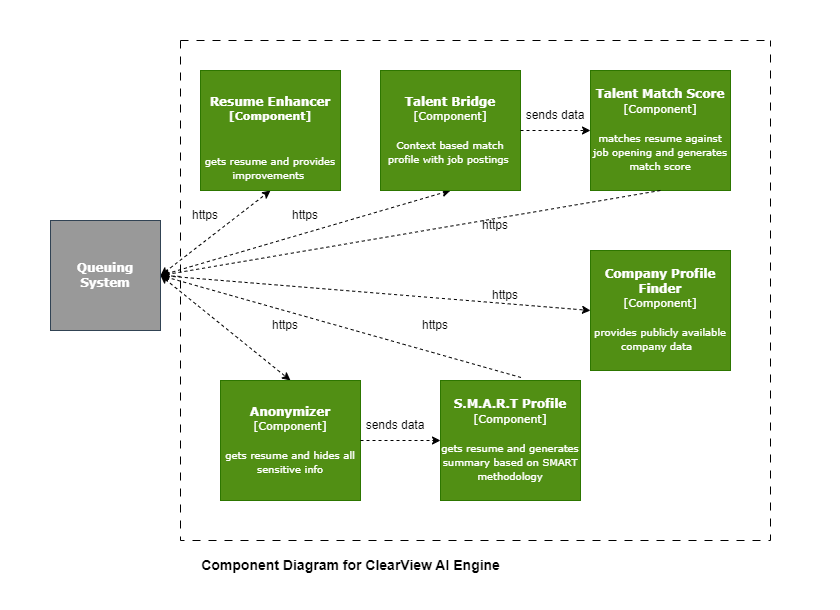
Earlier version of the draw.io export architecture/images/ClearView AI Engine-C3_Diagram.png (SK11GS/Builders-Glitch). Source tidied: cells renumbered, new cells last; positions are measured from the earlier drawing's top-left corner, leaving out a move shared by most shapes.
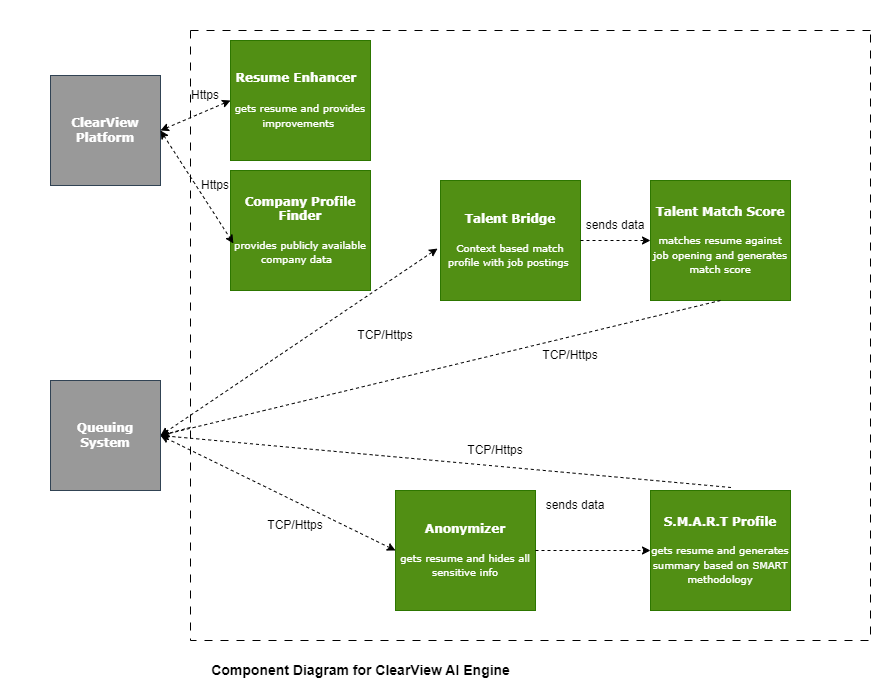
After the change.

What changed in the source:
```diff
@@ -2,20 +2,17 @@
   <root>
     <mxCell id="0" />
     <mxCell id="1" parent="0" />
-    <mxCell id="2" style="endArrow=classic;startArrow=classic;html=1;rounded=0;dashed=1;entryX=0.5;entryY=1;entryDx=0;entryDy=0;exitX=1;exitY=0.5;exitDx=0;exitDy=0;" parent="1" edge="1" source="6" target="18">
+    <mxCell id="2" style="endArrow=classic;startArrow=classic;html=1;rounded=0;dashed=1;entryX=0;entryY=0.5;entryDx=0;entryDy=0;exitX=1;exitY=0.5;exitDx=0;exitDy=0;" parent="1" edge="1" source="40" target="18">
       <mxGeometry relative="1" as="geometry" />
     </mxCell>
-    <mxCell id="3" style="endArrow=classic;startArrow=classic;html=1;rounded=0;entryX=0;entryY=0.5;entryDx=0;entryDy=0;exitX=1;exitY=0.5;exitDx=0;exitDy=0;dashed=1;" parent="1" edge="1" source="6" target="22">
-      <mxGeometry relative="1" as="geometry" />
-    </mxCell>
-    <mxCell id="4" style="endArrow=classic;startArrow=classic;html=1;rounded=0;entryX=0.5;entryY=0;entryDx=0;entryDy=0;exitX=1;exitY=0.5;exitDx=0;exitDy=0;dashed=1;" parent="1" edge="1" source="6" target="24">
+    <mxCell id="4" style="endArrow=classic;startArrow=classic;html=1;rounded=0;entryX=0;entryY=0.5;entryDx=0;entryDy=0;exitX=1;exitY=0.5;exitDx=0;exitDy=0;dashed=1;" parent="1" edge="1" source="6" target="24">
       <mxGeometry relative="1" as="geometry" />
     </mxCell>
-    <mxCell id="5" style="endArrow=classic;startArrow=classic;html=1;rounded=0;exitX=1;exitY=0.5;exitDx=0;exitDy=0;dashed=1;entryX=0.5;entryY=1;entryDx=0;entryDy=0;" parent="1" edge="1" source="6" target="19">
+    <mxCell id="5" style="endArrow=classic;startArrow=classic;html=1;rounded=0;exitX=1;exitY=0.5;exitDx=0;exitDy=0;dashed=1;entryX=-0.021;entryY=0.567;entryDx=0;entryDy=0;entryPerimeter=0;" parent="1" edge="1" source="6" target="19">
       <mxGeometry relative="1" as="geometry" />
     </mxCell>
     <mxCell id="6" value="&lt;b&gt;Queuing System&lt;/b&gt;" style="whiteSpace=wrap;html=1;fillColor=#999999;fontColor=#ffffff;strokeColor=#314354;fontFamily=Verdana;" parent="1" vertex="1">
-      <mxGeometry x="50" y="220" width="110" height="110" as="geometry" />
+      <mxGeometry x="40" y="380" width="110" height="110" as="geometry" />
     </mxCell>
     <mxCell id="7" style="endArrow=classic;html=1;rounded=0;dashed=1;entryX=1;entryY=0.5;entryDx=0;entryDy=0;" parent="1" edge="1" source="9" target="6">
       <mxGeometry relative="1" as="geometry" />
@@ -24,56 +21,59 @@
       <mxGeometry relative="1" as="geometry" />
     </mxCell>
     <mxCell id="9" style="swimlane;startSize=0;dashed=1;dashPattern=8 8;" parent="1" vertex="1">
-      <mxGeometry x="180" y="40" width="590" height="500" as="geometry" />
+      <mxGeometry x="180" y="30" width="680" height="610" as="geometry" />
     </mxCell>
     <mxCell id="10" value="sends data" style="text;html=1;align=center;verticalAlign=middle;whiteSpace=wrap;rounded=0;" parent="9" vertex="1">
-      <mxGeometry x="340" y="60" width="70" height="30" as="geometry" />
+      <mxGeometry x="390" y="180" width="70" height="30" as="geometry" />
     </mxCell>
-    <mxCell id="11" value="https" style="text;html=1;align=center;verticalAlign=middle;whiteSpace=wrap;rounded=0;" parent="9" vertex="1">
-      <mxGeometry x="-10" y="160" width="70" height="30" as="geometry" />
-    </mxCell>
-    <mxCell id="12" value="https" style="text;html=1;align=center;verticalAlign=middle;whiteSpace=wrap;rounded=0;" parent="9" vertex="1">
-      <mxGeometry x="90" y="160" width="70" height="30" as="geometry" />
-    </mxCell>
-    <mxCell id="13" value="https" style="text;html=1;align=center;verticalAlign=middle;whiteSpace=wrap;rounded=0;" parent="9" vertex="1">
-      <mxGeometry x="290" y="240" width="70" height="30" as="geometry" />
-    </mxCell>
-    <mxCell id="14" value="https" style="text;html=1;align=center;verticalAlign=middle;whiteSpace=wrap;rounded=0;" parent="9" vertex="1">
-      <mxGeometry x="280" y="170" width="70" height="30" as="geometry" />
-    </mxCell>
-    <mxCell id="15" value="https" style="text;html=1;align=center;verticalAlign=middle;whiteSpace=wrap;rounded=0;" parent="9" vertex="1">
-      <mxGeometry x="220" y="270" width="70" height="30" as="geometry" />
-    </mxCell>
-    <mxCell id="16" value="https" style="text;html=1;align=center;verticalAlign=middle;whiteSpace=wrap;rounded=0;" parent="9" vertex="1">
-      <mxGeometry x="70" y="270" width="70" height="30" as="geometry" />
-    </mxCell>
     <mxCell id="17" value="sends data" style="text;html=1;align=center;verticalAlign=middle;whiteSpace=wrap;rounded=0;" parent="9" vertex="1">
-      <mxGeometry x="180" y="370" width="70" height="30" as="geometry" />
+      <mxGeometry x="350" y="460" width="70" height="30" as="geometry" />
     </mxCell>
-    <mxCell id="18" value="&lt;h4&gt;&lt;b&gt;&lt;font face=&quot;Verdana&quot;&gt;Resume Enhancer&lt;/font&gt;&lt;br&gt;&lt;/b&gt;&lt;font face=&quot;Verdana&quot; style=&quot;font-size: 11px;&quot;&gt;[Component]&lt;/font&gt;&lt;/h4&gt;&lt;div&gt;&lt;font style=&quot;font-size: 11px;&quot;&gt;&lt;br&gt;&lt;/font&gt;&lt;/div&gt;&lt;div&gt;&lt;font face=&quot;Verdana&quot; style=&quot;font-size: 10px;&quot;&gt;gets resume and provides improvements&amp;nbsp;&lt;/font&gt;&lt;/div&gt;" style="rounded=0;whiteSpace=wrap;html=1;fillColor=#518F14;fontColor=#ffffff;strokeColor=#2D7600;" parent="9" vertex="1">
-      <mxGeometry x="20" y="30" width="140" height="120" as="geometry" />
+    <mxCell id="18" value="&lt;h4&gt;&lt;b&gt;&lt;font face=&quot;Verdana&quot;&gt;Resume Enhancer&amp;nbsp;&amp;nbsp;&lt;/font&gt;&lt;/b&gt;&lt;/h4&gt;&lt;h4&gt;&lt;span style=&quot;background-color: initial; font-size: 10px; font-weight: normal;&quot;&gt;gets resume and provides improvements&amp;nbsp;&lt;/span&gt;&lt;b&gt;&lt;br&gt;&lt;/b&gt;&lt;/h4&gt;" style="rounded=0;whiteSpace=wrap;html=1;fillColor=#518F14;fontColor=#ffffff;strokeColor=#2D7600;align=center;verticalAlign=middle;fontFamily=Verdana;fontSize=12;" parent="9" vertex="1">
+      <mxGeometry x="40" y="10" width="140" height="120" as="geometry" />
     </mxCell>
-    <mxCell id="19" value="&lt;b&gt;&lt;font&gt;Talent Bridge&lt;/font&gt;&lt;/b&gt;&lt;div&gt;&lt;span style=&quot;font-size: 11px;&quot;&gt;[Component]&lt;/span&gt;&lt;b&gt;&lt;br&gt;&lt;/b&gt;&lt;/div&gt;&lt;div&gt;&lt;span style=&quot;font-size: 11px;&quot;&gt;&lt;br&gt;&lt;/span&gt;&lt;/div&gt;&lt;div&gt;&lt;font style=&quot;font-size: 10px;&quot;&gt;Context based match profile with job postings&amp;nbsp;&lt;/font&gt;&lt;/div&gt;" style="rounded=0;whiteSpace=wrap;html=1;strokeColor=#2D7600;align=center;verticalAlign=middle;fontFamily=Verdana;fontSize=12;fontColor=#ffffff;fillColor=#518F14;" parent="9" vertex="1">
-      <mxGeometry x="200" y="30" width="140" height="120" as="geometry" />
+    <mxCell id="19" value="&lt;b&gt;&lt;font&gt;Talent Bridge&lt;/font&gt;&lt;/b&gt;&lt;div&gt;&lt;br&gt;&lt;/div&gt;&lt;div&gt;&lt;font style=&quot;font-size: 10px;&quot;&gt;Context based match profile with job postings&amp;nbsp;&lt;/font&gt;&lt;/div&gt;" style="rounded=0;whiteSpace=wrap;html=1;strokeColor=#2D7600;align=center;verticalAlign=middle;fontFamily=Verdana;fontSize=12;fontColor=#ffffff;fillColor=#518F14;" parent="9" vertex="1">
+      <mxGeometry x="250" y="150" width="140" height="120" as="geometry" />
     </mxCell>
-    <mxCell id="20" value="&lt;b&gt;Talent Match Score&lt;/b&gt;&lt;div&gt;&lt;span style=&quot;font-size: 11px;&quot;&gt;[Component]&lt;/span&gt;&lt;b&gt;&lt;br&gt;&lt;/b&gt;&lt;/div&gt;&lt;div&gt;&lt;span style=&quot;font-size: 11px;&quot;&gt;&lt;br&gt;&lt;/span&gt;&lt;/div&gt;&lt;div&gt;&lt;font style=&quot;font-size: 10px;&quot;&gt;matches resume against job opening and generates match score&lt;/font&gt;&lt;/div&gt;" style="rounded=0;whiteSpace=wrap;html=1;strokeColor=#2D7600;align=center;verticalAlign=middle;fontFamily=Verdana;fontSize=12;fontColor=#ffffff;fillColor=#518F14;" parent="9" vertex="1">
-      <mxGeometry x="410" y="30" width="140" height="120" as="geometry" />
+    <mxCell id="20" value="&lt;b&gt;Talent Match Score&lt;/b&gt;&lt;div&gt;&lt;b&gt;&lt;br&gt;&lt;/b&gt;&lt;/div&gt;&lt;div&gt;&lt;span style=&quot;font-size: 10px; background-color: initial;&quot;&gt;matches resume against job opening and generates match score&lt;/span&gt;&lt;br&gt;&lt;/div&gt;" style="rounded=0;whiteSpace=wrap;html=1;strokeColor=#2D7600;align=center;verticalAlign=middle;fontFamily=Verdana;fontSize=12;fontColor=#ffffff;fillColor=#518F14;" parent="9" vertex="1">
+      <mxGeometry x="460" y="150" width="140" height="120" as="geometry" />
     </mxCell>
     <mxCell id="21" style="endArrow=classic;html=1;rounded=0;entryX=0;entryY=0.5;entryDx=0;entryDy=0;exitX=1;exitY=0.5;exitDx=0;exitDy=0;dashed=1;" parent="9" edge="1" source="19" target="20">
       <mxGeometry relative="1" as="geometry" />
     </mxCell>
-    <mxCell id="22" value="&lt;b&gt;Company Profile Finder&lt;/b&gt;&lt;div&gt;&lt;span style=&quot;font-size: 11px;&quot;&gt;[Component]&lt;/span&gt;&lt;b&gt;&lt;br&gt;&lt;/b&gt;&lt;/div&gt;&lt;div&gt;&lt;span style=&quot;font-size: 11px;&quot;&gt;&lt;br&gt;&lt;/span&gt;&lt;/div&gt;&lt;div&gt;&lt;font style=&quot;font-size: 10px;&quot;&gt;provides publicly available company data&amp;nbsp;&amp;nbsp;&lt;/font&gt;&lt;/div&gt;" style="rounded=0;whiteSpace=wrap;html=1;strokeColor=#2D7600;align=center;verticalAlign=middle;fontFamily=Verdana;fontSize=12;fontColor=#ffffff;fillColor=#518F14;" parent="9" vertex="1">
-      <mxGeometry x="410" y="210" width="140" height="120" as="geometry" />
-    </mxCell>
-    <mxCell id="23" value="&lt;b&gt;S.M.A.R.T Profile&lt;/b&gt;&lt;div&gt;&lt;span style=&quot;font-size: 11px;&quot;&gt;[Component]&lt;/span&gt;&lt;b&gt;&lt;br&gt;&lt;/b&gt;&lt;/div&gt;&lt;div&gt;&lt;span style=&quot;font-size: 11px;&quot;&gt;&lt;br&gt;&lt;/span&gt;&lt;/div&gt;&lt;div&gt;&lt;span style=&quot;font-size: 10px;&quot;&gt;gets resume and generates summary based on SMART methodology&lt;/span&gt;&lt;b&gt;&lt;br&gt;&lt;/b&gt;&lt;/div&gt;" style="rounded=0;whiteSpace=wrap;html=1;strokeColor=#2D7600;align=center;verticalAlign=middle;fontFamily=Verdana;fontSize=12;fontColor=#ffffff;fillColor=#518F14;" parent="9" vertex="1">
-      <mxGeometry x="260" y="340" width="140" height="120" as="geometry" />
+    <mxCell id="23" value="&lt;b&gt;S.M.A.R.T Profile&lt;/b&gt;&lt;div&gt;&lt;b&gt;&lt;br&gt;&lt;/b&gt;&lt;/div&gt;&lt;div&gt;&lt;span style=&quot;font-size: 10px; background-color: initial;&quot;&gt;gets resume and generates summary based on SMART methodology&lt;/span&gt;&lt;br&gt;&lt;/div&gt;" style="rounded=0;whiteSpace=wrap;html=1;strokeColor=#2D7600;align=center;verticalAlign=middle;fontFamily=Verdana;fontSize=12;fontColor=#ffffff;fillColor=#518F14;" parent="9" vertex="1">
+      <mxGeometry x="460" y="460" width="140" height="120" as="geometry" />
     </mxCell>
-    <mxCell id="24" value="&lt;b&gt;Anonymizer&lt;/b&gt;&lt;div&gt;&lt;span style=&quot;font-size: 11px;&quot;&gt;[Component]&lt;/span&gt;&lt;b&gt;&lt;br&gt;&lt;/b&gt;&lt;/div&gt;&lt;div&gt;&lt;span style=&quot;font-size: 11px;&quot;&gt;&lt;br&gt;&lt;/span&gt;&lt;/div&gt;&lt;div&gt;&lt;font style=&quot;font-size: 10px;&quot;&gt;gets resume and hides all sensitive info&lt;/font&gt;&lt;/div&gt;" style="rounded=0;whiteSpace=wrap;html=1;strokeColor=#2D7600;align=center;verticalAlign=middle;fontFamily=Verdana;fontSize=12;fontColor=#ffffff;fillColor=#518F14;" parent="9" vertex="1">
-      <mxGeometry x="40" y="340" width="140" height="120" as="geometry" />
+    <mxCell id="24" value="&lt;b&gt;Anonymizer&lt;/b&gt;&lt;div&gt;&lt;b&gt;&lt;br&gt;&lt;/b&gt;&lt;/div&gt;&lt;div&gt;&lt;span style=&quot;font-size: 10px; background-color: initial;&quot;&gt;gets resume and hides all sensitive info&lt;/span&gt;&lt;br&gt;&lt;/div&gt;" style="rounded=0;whiteSpace=wrap;html=1;strokeColor=#2D7600;align=center;verticalAlign=middle;fontFamily=Verdana;fontSize=12;fontColor=#ffffff;fillColor=#518F14;" parent="9" vertex="1">
+      <mxGeometry x="205" y="460" width="140" height="120" as="geometry" />
     </mxCell>
     <mxCell id="25" style="endArrow=classic;html=1;rounded=0;entryX=0;entryY=0.5;entryDx=0;entryDy=0;exitX=1;exitY=0.5;exitDx=0;exitDy=0;dashed=1;" parent="9" edge="1" source="24" target="23">
       <mxGeometry relative="1" as="geometry" />
     </mxCell>
+    <mxCell id="34" value="TCP/Https" style="text;html=1;align=center;verticalAlign=middle;whiteSpace=wrap;rounded=0;" parent="9" vertex="1">
+      <mxGeometry x="345" y="310" width="70" height="30" as="geometry" />
+    </mxCell>
+    <mxCell id="35" value="TCP/Https" style="text;html=1;align=center;verticalAlign=middle;whiteSpace=wrap;rounded=0;" parent="9" vertex="1">
+      <mxGeometry x="160" y="290" width="70" height="30" as="geometry" />
+    </mxCell>
+    <mxCell id="22" value="&lt;b&gt;Company Profile Finder&lt;/b&gt;&lt;div&gt;&lt;b&gt;&lt;br&gt;&lt;/b&gt;&lt;/div&gt;&lt;div&gt;&lt;span style=&quot;font-size: 10px; background-color: initial;&quot;&gt;provides publicly available company data&amp;nbsp;&amp;nbsp;&lt;/span&gt;&lt;br&gt;&lt;/div&gt;" style="rounded=0;whiteSpace=wrap;html=1;strokeColor=#2D7600;align=center;verticalAlign=middle;fontFamily=Verdana;fontSize=12;fontColor=#ffffff;fillColor=#518F14;" parent="9" vertex="1">
+      <mxGeometry x="40" y="140" width="140" height="120" as="geometry" />
+    </mxCell>
+    <mxCell id="36" value="TCP/Https" style="text;html=1;align=center;verticalAlign=middle;whiteSpace=wrap;rounded=0;" parent="9" vertex="1">
+      <mxGeometry x="270" y="405" width="70" height="30" as="geometry" />
+    </mxCell>
+    <mxCell id="37" value="TCP/Https" style="text;html=1;align=center;verticalAlign=middle;whiteSpace=wrap;rounded=0;" parent="9" vertex="1">
+      <mxGeometry x="70" y="480" width="70" height="30" as="geometry" />
+    </mxCell>
+    <mxCell id="38" value="&amp;nbsp;" style="text;html=1;align=center;verticalAlign=middle;whiteSpace=wrap;rounded=0;" parent="9" vertex="1">
+      <mxGeometry x="620" y="290" width="60" height="30" as="geometry" />
+    </mxCell>
+    <mxCell id="11" value="Https" style="text;html=1;align=center;verticalAlign=middle;whiteSpace=wrap;rounded=0;" parent="9" vertex="1">
+      <mxGeometry x="-20" y="50" width="70" height="30" as="geometry" />
+    </mxCell>
+    <mxCell id="39" value="Https" style="text;html=1;align=center;verticalAlign=middle;whiteSpace=wrap;rounded=0;" parent="9" vertex="1">
+      <mxGeometry x="-10" y="140" width="70" height="30" as="geometry" />
+    </mxCell>
     <mxCell id="26" style="endArrow=classic;html=1;rounded=0;exitX=0.5;exitY=1;exitDx=0;exitDy=0;dashed=1;entryX=1;entryY=0.5;entryDx=0;entryDy=0;" parent="1" edge="1" source="20" target="6">
       <mxGeometry relative="1" as="geometry" />
     </mxCell>
@@ -83,9 +83,6 @@
     <mxCell id="28" value="&amp;nbsp;" style="text;html=1;align=center;verticalAlign=middle;whiteSpace=wrap;rounded=0;" parent="1" vertex="1">
       <mxGeometry y="270" width="60" height="30" as="geometry" />
     </mxCell>
-    <mxCell id="29" value="&amp;nbsp;" style="text;html=1;align=center;verticalAlign=middle;whiteSpace=wrap;rounded=0;" parent="1" vertex="1">
-      <mxGeometry x="780" y="260" width="60" height="30" as="geometry" />
-    </mxCell>
     <mxCell id="30" value="&amp;nbsp;" style="text;html=1;align=center;verticalAlign=middle;whiteSpace=wrap;rounded=0;" parent="1" vertex="1">
       <mxGeometry x="20" y="290" width="60" height="30" as="geometry" />
     </mxCell>
@@ -96,7 +93,19 @@
       <mxGeometry x="510" y="580" width="60" height="30" as="geometry" />
     </mxCell>
     <mxCell id="33" value="Component Diagram for ClearView AI Engine&amp;nbsp;" style="text;html=1;align=center;verticalAlign=middle;whiteSpace=wrap;rounded=0;fontStyle=1;fontSize=14;" parent="1" vertex="1">
-      <mxGeometry x="180" y="550" width="345" height="30" as="geometry" />
+      <mxGeometry x="180" y="655" width="345" height="30" as="geometry" />
     </mxCell>
+    <mxCell id="40" value="&lt;b&gt;ClearView Platform&lt;/b&gt;" style="whiteSpace=wrap;html=1;fillColor=#999999;fontColor=#ffffff;strokeColor=#314354;fontFamily=Verdana;" parent="1" vertex="1">
+      <mxGeometry x="40" y="75" width="110" height="110" as="geometry" />
+    </mxCell>
+    <mxCell id="41" style="endArrow=classic;startArrow=classic;html=1;rounded=0;dashed=1;entryX=0.021;entryY=0.608;entryDx=0;entryDy=0;exitX=1;exitY=0.5;exitDx=0;exitDy=0;entryPerimeter=0;" parent="1" edge="1" source="40" target="22">
+      <mxGeometry relative="1" as="geometry" />
+    </mxCell>
+    <mxCell id="42" value="&amp;nbsp;" style="text;html=1;align=center;verticalAlign=middle;whiteSpace=wrap;rounded=0;" parent="1" vertex="1">
+      <mxGeometry x="510" y="660" width="60" height="30" as="geometry" />
+    </mxCell>
+    <mxCell id="43" value="&amp;nbsp;" style="text;html=1;align=center;verticalAlign=middle;whiteSpace=wrap;rounded=0;" parent="1" vertex="1">
+      <mxGeometry x="-10" y="360" width="60" height="30" as="geometry" />
+    </mxCell>
   </root>
 </mxGraphModel>
```
